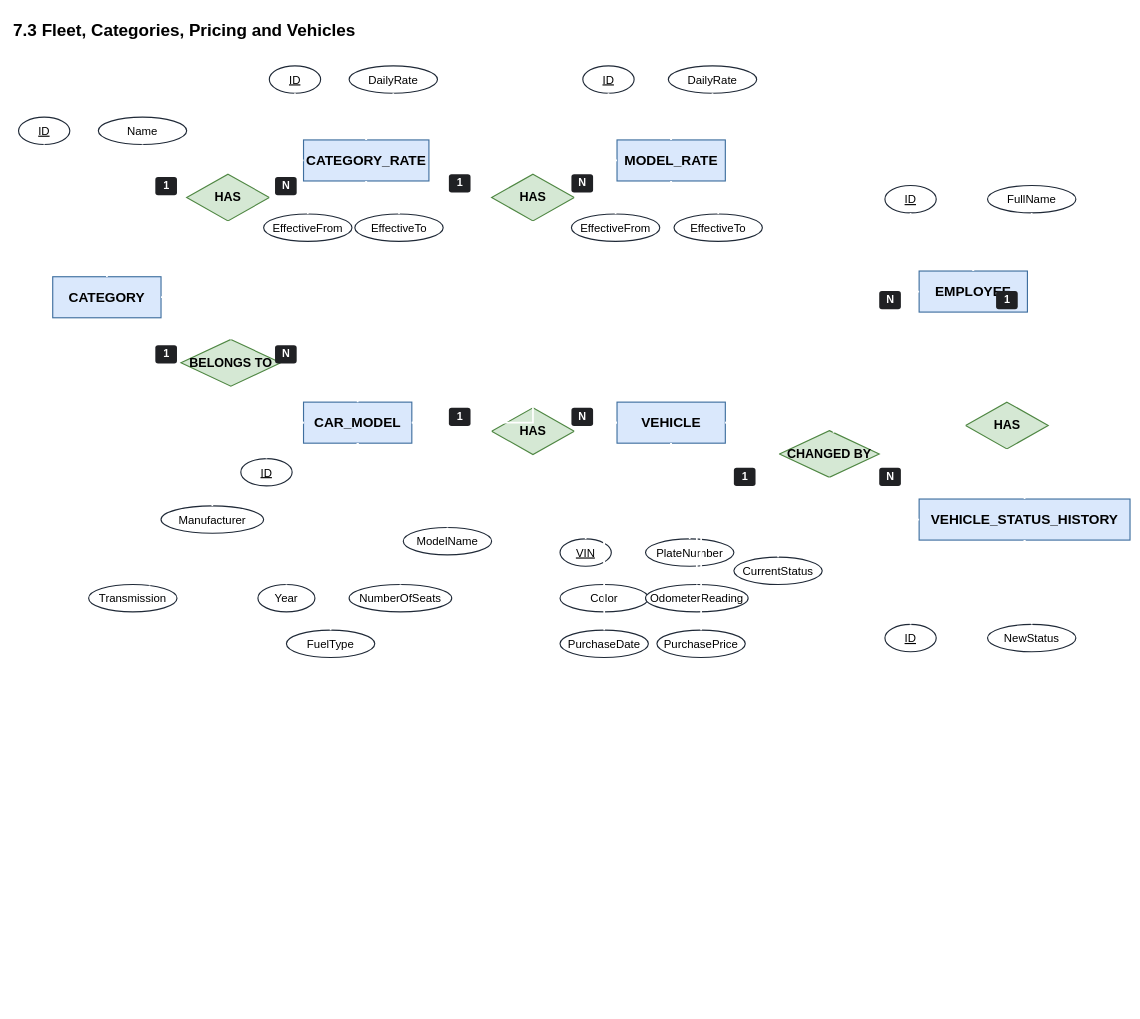
This is page "Page-3" (3 of 16) of submission/assignment/DriveNow.drawio from abdallahbdreldin/abdallahbdreldin-Database-Assignment-1, a draw.io file, before an edit. Source tidied: cells renumbered, new cells numbered last; positions are measured from the earlier drawing's top-left corner, leaving out a move shared by most shapes. Both pictures are drawn from the tidied source at 57%, with x=0, y=0 at pixel (10, 14).
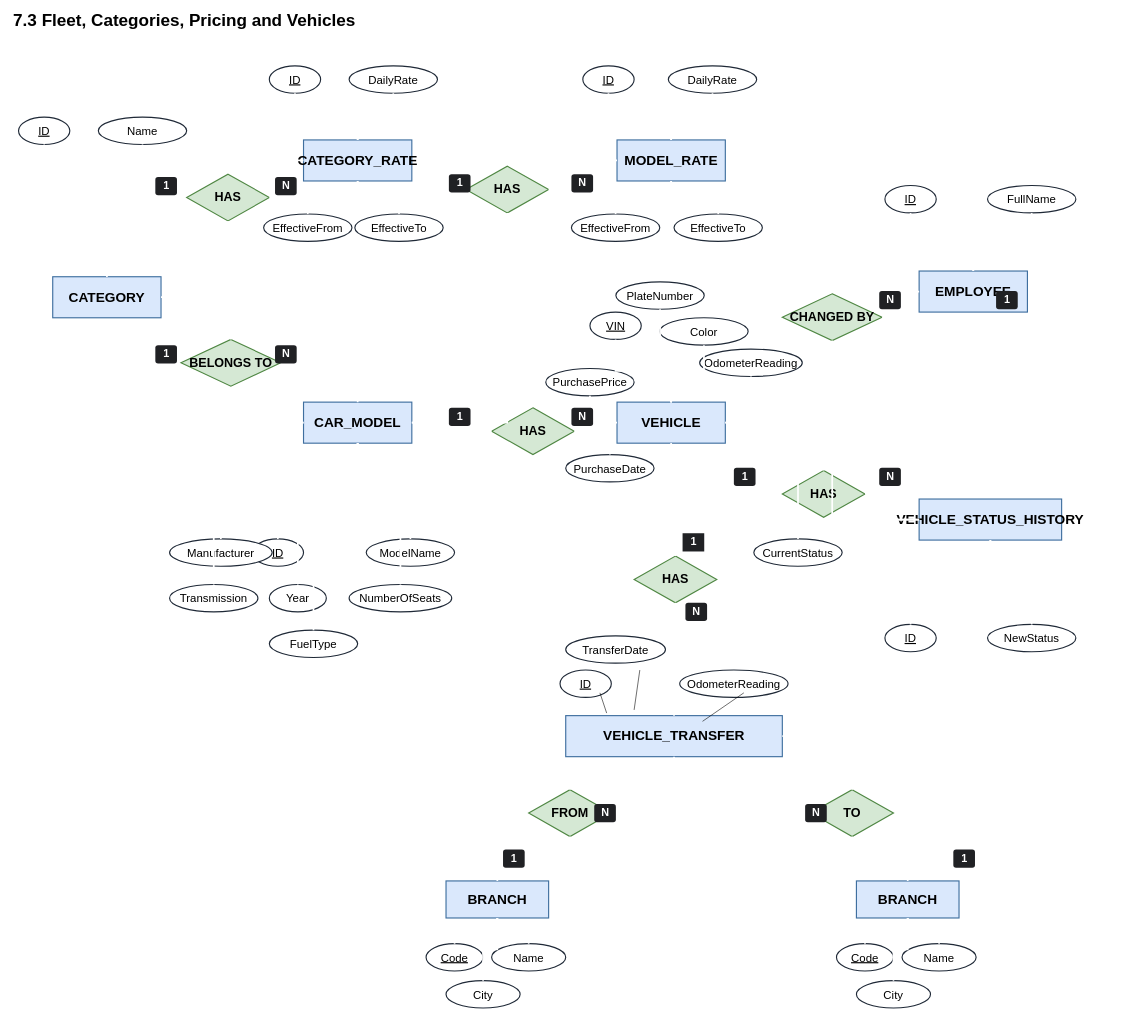
After the change.

Commit message (it also covers changes not shown here):
fix vehicle transfer relation

Unchanged cells that the change refers to:
```xml
<mxCell id="5" value="CAR_MODEL" style="rounded=0;whiteSpace=wrap;html=1;fillColor=#DAE8FC;strokeColor=#3F6F9F;strokeWidth=2;fontStyle=1;fontSize=24;fontColor=#000000;" parent="1" vertex="1">
  <mxGeometry x="515" y="680" width="190" height="72" as="geometry" />
</mxCell>
<mxCell id="6" value="MODEL_RATE" style="rounded=0;whiteSpace=wrap;html=1;fillColor=#DAE8FC;strokeColor=#3F6F9F;strokeWidth=2;fontStyle=1;fontSize=24;fontColor=#000000;" parent="1" vertex="1">
  <mxGeometry x="1065" y="220" width="190" height="72" as="geometry" />
</mxCell>
<mxCell id="7" value="VEHICLE" style="rounded=0;whiteSpace=wrap;html=1;fillColor=#DAE8FC;strokeColor=#3F6F9F;strokeWidth=2;fontStyle=1;fontSize=24;fontColor=#000000;" parent="1" vertex="1">
  <mxGeometry x="1065" y="680" width="190" height="72" as="geometry" />
</mxCell>
<mxCell id="9" value="EMPLOYEE" style="rounded=0;whiteSpace=wrap;html=1;fillColor=#DAE8FC;strokeColor=#3F6F9F;strokeWidth=2;fontStyle=1;fontSize=24;fontColor=#000000;" parent="1" vertex="1">
  <mxGeometry x="1595" y="450" width="190" height="72" as="geometry" />
</mxCell>
```

Change to the diagram source:
```diff
@@
-    <mxCell id="2" value="7.3 Fleet, Categories, Pricing and Vehicles" style="text;html=1;align=left;verticalAlign=middle;fontStyle=1;fontSize=30;strokeColor=none;fillColor=#FFFFFF;fontColor=#000000;rounded=1;spacing=6;" parent="1" vertex="1">
+    <mxCell id="2" value="7.3 Fleet, Categories, Pricing and Vehicles&lt;div&gt;&lt;br&gt;&lt;/div&gt;" style="text;html=1;align=left;verticalAlign=middle;fontStyle=1;fontSize=30;strokeColor=none;fillColor=#FFFFFF;fontColor=#000000;rounded=1;spacing=6;" parent="1" vertex="1">
       <mxGeometry width="1500" height="55" as="geometry" />
     </mxCell>
@@
     <mxCell id="4" value="CATEGORY_RATE" style="rounded=0;whiteSpace=wrap;html=1;fillColor=#DAE8FC;strokeColor=#3F6F9F;strokeWidth=2;fontStyle=1;fontSize=24;fontColor=#000000;" parent="1" vertex="1">
-      <mxGeometry x="515" y="220" width="220" height="72" as="geometry" />
+      <mxGeometry x="515" y="220" width="190" height="72" as="geometry" />
     </mxCell>
@@
     <mxCell id="8" value="VEHICLE_STATUS_HISTORY" style="rounded=0;whiteSpace=wrap;html=1;fillColor=#DAE8FC;strokeColor=#3F6F9F;strokeWidth=2;fontStyle=1;fontSize=24;fontColor=#000000;" parent="1" vertex="1">
-      <mxGeometry x="1595" y="850" width="370" height="72" as="geometry" />
+      <mxGeometry x="1595" y="850" width="250" height="72" as="geometry" />
     </mxCell>
@@
-    <mxCell id="12" value="HAS" style="rhombus;whiteSpace=wrap;html=1;fillColor=#D5E8D4;strokeColor=#4F8743;strokeWidth=2;fontStyle=1;fontSize=22;fontColor=#000000;" parent="1" vertex="1">
-      <mxGeometry x="845" y="280" width="145" height="82" as="geometry" />
-    </mxCell>
+    <mxCell id="96" value="HAS" style="rhombus;whiteSpace=wrap;html=1;fillColor=#D5E8D4;strokeColor=#4F8743;strokeWidth=2;fontStyle=1;fontSize=22;fontColor=#000000;" parent="1" vertex="1">
+      <mxGeometry x="800" y="266" width="145" height="82" as="geometry" />
+    </mxCell>
@@
-    <mxCell id="14" value="HAS" style="rhombus;whiteSpace=wrap;html=1;fillColor=#D5E8D4;strokeColor=#4F8743;strokeWidth=2;fontStyle=1;fontSize=22;fontColor=#000000;" parent="1" vertex="1">
-      <mxGeometry x="1676.5" y="680" width="145" height="82" as="geometry" />
-    </mxCell>
+    <mxCell id="97" value="HAS" style="rhombus;whiteSpace=wrap;html=1;fillColor=#D5E8D4;strokeColor=#4F8743;strokeWidth=2;fontStyle=1;fontSize=22;fontColor=#000000;" parent="1" vertex="1">
+      <mxGeometry x="1355" y="800" width="145" height="82" as="geometry" />
+    </mxCell>
     <mxCell id="15" value="CHANGED BY" style="rhombus;whiteSpace=wrap;html=1;fillColor=#D5E8D4;strokeColor=#4F8743;strokeWidth=2;fontStyle=1;fontSize=22;fontColor=#000000;" parent="1" vertex="1">
-      <mxGeometry x="1350" y="730" width="175" height="82" as="geometry" />
+      <mxGeometry x="1355" y="490" width="175" height="82" as="geometry" />
     </mxCell>
@@
-    <mxCell id="22" value="ID" style="ellipse;whiteSpace=wrap;html=1;fillColor=#FFFFFF;strokeColor=#1F2937;strokeWidth=2;fontSize=20;fontStyle=4;fontColor=#000000;" parent="1" vertex="1">
-      <mxGeometry x="405" y="779" width="90" height="48" as="geometry" />
-    </mxCell>
+    <mxCell id="98" value="ID" style="ellipse;whiteSpace=wrap;html=1;fillColor=#FFFFFF;strokeColor=#1F2937;strokeWidth=2;fontSize=20;fontStyle=4;fontColor=#000000;" parent="1" vertex="1">
+      <mxGeometry x="425" y="920" width="90" height="48" as="geometry" />
+    </mxCell>
     <mxCell id="23" value="Manufacturer" style="ellipse;whiteSpace=wrap;html=1;fillColor=#FFFFFF;strokeColor=#1F2937;strokeWidth=2;fontSize=20;fontColor=#000000;" parent="1" vertex="1">
-      <mxGeometry x="265" y="862" width="180" height="48" as="geometry" />
+      <mxGeometry x="280" y="920" width="180" height="48" as="geometry" />
     </mxCell>
     <mxCell id="24" value="ModelName" style="ellipse;whiteSpace=wrap;html=1;fillColor=#FFFFFF;strokeColor=#1F2937;strokeWidth=2;fontSize=20;fontColor=#000000;" parent="1" vertex="1">
-      <mxGeometry x="690" y="900" width="155" height="48" as="geometry" />
+      <mxGeometry x="625" y="920" width="155" height="48" as="geometry" />
     </mxCell>
     <mxCell id="25" value="Year" style="ellipse;whiteSpace=wrap;html=1;fillColor=#FFFFFF;strokeColor=#1F2937;strokeWidth=2;fontSize=20;fontColor=#000000;" parent="1" vertex="1">
-      <mxGeometry x="435" y="1000" width="100" height="48" as="geometry" />
+      <mxGeometry x="455" y="1000" width="100" height="48" as="geometry" />
     </mxCell>
@@
     <mxCell id="27" value="Transmission" style="ellipse;whiteSpace=wrap;html=1;fillColor=#FFFFFF;strokeColor=#1F2937;strokeWidth=2;fontSize=20;fontColor=#000000;" parent="1" vertex="1">
-      <mxGeometry x="138" y="1000" width="155" height="48" as="geometry" />
+      <mxGeometry x="280" y="1000" width="155" height="48" as="geometry" />
     </mxCell>
     <mxCell id="28" value="FuelType" style="ellipse;whiteSpace=wrap;html=1;fillColor=#FFFFFF;strokeColor=#1F2937;strokeWidth=2;fontSize=20;fontColor=#000000;" parent="1" vertex="1">
-      <mxGeometry x="485" y="1080" width="155" height="48" as="geometry" />
+      <mxGeometry x="455" y="1080" width="155" height="48" as="geometry" />
     </mxCell>
@@
     <mxCell id="33" value="VIN" style="ellipse;whiteSpace=wrap;html=1;fillColor=#FFFFFF;strokeColor=#1F2937;strokeWidth=2;fontSize=20;fontStyle=4;fontColor=#000000;" parent="1" vertex="1">
-      <mxGeometry x="965" y="920" width="90" height="48" as="geometry" />
+      <mxGeometry x="1017.5" y="522" width="90" height="48" as="geometry" />
     </mxCell>
     <mxCell id="34" value="PlateNumber" style="ellipse;whiteSpace=wrap;html=1;fillColor=#FFFFFF;strokeColor=#1F2937;strokeWidth=2;fontSize=20;fontColor=#000000;" parent="1" vertex="1">
-      <mxGeometry x="1115" y="920" width="155" height="48" as="geometry" />
+      <mxGeometry x="1063" y="469" width="155" height="48" as="geometry" />
     </mxCell>
     <mxCell id="35" value="Color" style="ellipse;whiteSpace=wrap;html=1;fillColor=#FFFFFF;strokeColor=#1F2937;strokeWidth=2;fontSize=20;fontColor=#000000;" parent="1" vertex="1">
-      <mxGeometry x="965" y="1000" width="155" height="48" as="geometry" />
+      <mxGeometry x="1140" y="532" width="155" height="48" as="geometry" />
     </mxCell>
-    <mxCell id="36" value="OdometerReading" style="ellipse;whiteSpace=wrap;html=1;fillColor=#FFFFFF;strokeColor=#1F2937;strokeWidth=2;fontSize=20;fontColor=#000000;" parent="1" vertex="1">
-      <mxGeometry x="1115" y="1000" width="180" height="48" as="geometry" />
-    </mxCell>
+    <mxCell id="99" value="OdometerReading" style="ellipse;whiteSpace=wrap;html=1;fillColor=#FFFFFF;strokeColor=#1F2937;strokeWidth=2;fontSize=20;fontColor=#000000;" parent="1" vertex="1">
+      <mxGeometry x="1210" y="587" width="180" height="48" as="geometry" />
+    </mxCell>
     <mxCell id="37" value="PurchaseDate" style="ellipse;whiteSpace=wrap;html=1;fillColor=#FFFFFF;strokeColor=#1F2937;strokeWidth=2;fontSize=20;fontColor=#000000;" parent="1" vertex="1">
-      <mxGeometry x="965" y="1080" width="155" height="48" as="geometry" />
+      <mxGeometry x="975" y="772" width="155" height="48" as="geometry" />
     </mxCell>
     <mxCell id="38" value="PurchasePrice" style="ellipse;whiteSpace=wrap;html=1;fillColor=#FFFFFF;strokeColor=#1F2937;strokeWidth=2;fontSize=20;fontColor=#000000;" parent="1" vertex="1">
-      <mxGeometry x="1135" y="1080" width="155" height="48" as="geometry" />
+      <mxGeometry x="940" y="621" width="155" height="48" as="geometry" />
     </mxCell>
     <mxCell id="39" value="CurrentStatus" style="ellipse;whiteSpace=wrap;html=1;fillColor=#FFFFFF;strokeColor=#1F2937;strokeWidth=2;fontSize=20;fontColor=#000000;" parent="1" vertex="1">
-      <mxGeometry x="1270" y="952" width="155" height="48" as="geometry" />
+      <mxGeometry x="1305" y="920" width="155" height="48" as="geometry" />
     </mxCell>
@@
-    <mxCell id="48" style="edgeStyle=orthogonalEdgeStyle;rounded=0;html=1;strokeColor=#FFFFFF;strokeWidth=3;startArrow=none;endArrow=none;" parent="1" edge="1" source="5" target="12">
-      <mxGeometry relative="1" as="geometry" />
-    </mxCell>
-    <mxCell id="49" style="edgeStyle=orthogonalEdgeStyle;rounded=0;html=1;strokeColor=#FFFFFF;strokeWidth=3;startArrow=none;endArrow=none;" parent="1" edge="1" source="12" target="6">
-      <mxGeometry relative="1" as="geometry" />
-    </mxCell>
+    <mxCell id="100" style="edgeStyle=orthogonalEdgeStyle;rounded=0;html=1;strokeColor=#FFFFFF;strokeWidth=3;startArrow=none;endArrow=none;" parent="1" edge="1" source="5" target="96">
+      <mxGeometry relative="1" as="geometry" />
+    </mxCell>
+    <mxCell id="101" style="edgeStyle=orthogonalEdgeStyle;rounded=0;html=1;strokeColor=#FFFFFF;strokeWidth=3;startArrow=none;endArrow=none;" parent="1" edge="1" source="96" target="6">
+      <mxGeometry relative="1" as="geometry" />
+    </mxCell>
@@
-    <mxCell id="52" style="edgeStyle=orthogonalEdgeStyle;rounded=0;html=1;strokeColor=#FFFFFF;strokeWidth=3;startArrow=none;endArrow=none;" parent="1" edge="1" source="7" target="14">
-      <mxGeometry relative="1" as="geometry" />
-    </mxCell>
-    <mxCell id="53" style="edgeStyle=orthogonalEdgeStyle;rounded=0;html=1;strokeColor=#FFFFFF;strokeWidth=3;startArrow=none;endArrow=none;" parent="1" edge="1" source="14" target="8">
-      <mxGeometry relative="1" as="geometry" />
-    </mxCell>
+    <mxCell id="102" style="edgeStyle=orthogonalEdgeStyle;rounded=0;html=1;strokeColor=#FFFFFF;strokeWidth=3;startArrow=none;endArrow=none;" parent="1" edge="1" source="7" target="97">
+      <mxGeometry relative="1" as="geometry" />
+    </mxCell>
+    <mxCell id="103" style="edgeStyle=orthogonalEdgeStyle;rounded=0;html=1;strokeColor=#FFFFFF;strokeWidth=3;startArrow=none;endArrow=none;" parent="1" edge="1" source="97" target="8">
+      <mxGeometry relative="1" as="geometry" />
+    </mxCell>
@@
     <mxCell id="55" style="edgeStyle=orthogonalEdgeStyle;rounded=0;html=1;strokeColor=#FFFFFF;strokeWidth=3;startArrow=none;endArrow=none;" parent="1" edge="1" source="15" target="9">
-      <mxGeometry relative="1" as="geometry">
-        <Array as="points">
-          <mxPoint x="1445" y="486" />
-        </Array>
-      </mxGeometry>
+      <mxGeometry relative="1" as="geometry" />
     </mxCell>
@@
-    <mxCell id="62" style="edgeStyle=orthogonalEdgeStyle;rounded=0;html=1;strokeColor=#FFFFFF;strokeWidth=3;startArrow=none;endArrow=none;" parent="1" edge="1" source="5" target="22">
-      <mxGeometry relative="1" as="geometry" />
-    </mxCell>
+    <mxCell id="104" style="edgeStyle=orthogonalEdgeStyle;rounded=0;html=1;strokeColor=#FFFFFF;strokeWidth=3;startArrow=none;endArrow=none;" parent="1" edge="1" source="5" target="98">
+      <mxGeometry relative="1" as="geometry" />
+    </mxCell>
@@
     <mxCell id="67" style="edgeStyle=orthogonalEdgeStyle;rounded=0;html=1;strokeColor=#FFFFFF;strokeWidth=3;startArrow=none;endArrow=none;" parent="1" edge="1" source="5" target="27">
-      <mxGeometry relative="1" as="geometry">
-        <Array as="points">
-          <mxPoint x="245" y="716" />
-          <mxPoint x="245" y="1024" />
-          <mxPoint x="142" y="1024" />
-        </Array>
-      </mxGeometry>
+      <mxGeometry relative="1" as="geometry" />
     </mxCell>
@@
-    <mxCell id="76" style="edgeStyle=orthogonalEdgeStyle;rounded=0;html=1;strokeColor=#FFFFFF;strokeWidth=3;startArrow=none;endArrow=none;" parent="1" edge="1" source="7" target="36">
-      <mxGeometry relative="1" as="geometry" />
-    </mxCell>
+    <mxCell id="105" style="edgeStyle=orthogonalEdgeStyle;rounded=0;html=1;strokeColor=#FFFFFF;strokeWidth=3;startArrow=none;endArrow=none;" parent="1" edge="1" source="7" target="99">
+      <mxGeometry relative="1" as="geometry" />
+    </mxCell>
@@
+    <mxCell id="106" value="VEHICLE_TRANSFER" style="rounded=0;whiteSpace=wrap;html=1;fillColor=#DAE8FC;strokeColor=#3F6F9F;strokeWidth=2;fontStyle=1;fontSize=24;fontColor=#000000;" parent="1" vertex="1">
+      <mxGeometry x="975" y="1230" width="380" height="72" as="geometry" />
+    </mxCell>
+    <mxCell id="107" value="BRANCH" style="rounded=0;whiteSpace=wrap;html=1;fillColor=#DAE8FC;strokeColor=#3F6F9F;strokeWidth=2;fontStyle=1;fontSize=24;fontColor=#000000;" parent="1" vertex="1">
+      <mxGeometry x="765" y="1520" width="180" height="65" as="geometry" />
+    </mxCell>
+    <mxCell id="108" value="BRANCH" style="rounded=0;whiteSpace=wrap;html=1;fillColor=#DAE8FC;strokeColor=#3F6F9F;strokeWidth=2;fontStyle=1;fontSize=24;fontColor=#000000;" parent="1" vertex="1">
+      <mxGeometry x="1485" y="1520" width="180" height="65" as="geometry" />
+    </mxCell>
+    <mxCell id="109" value="HAS" style="rhombus;whiteSpace=wrap;html=1;fillColor=#D5E8D4;strokeColor=#4F8743;strokeWidth=2;fontStyle=1;fontSize=22;fontColor=#000000;" parent="1" vertex="1">
+      <mxGeometry x="1095" y="950" width="145" height="82" as="geometry" />
+    </mxCell>
+    <mxCell id="110" value="FROM" style="rhombus;whiteSpace=wrap;html=1;fillColor=#D5E8D4;strokeColor=#4F8743;strokeWidth=2;fontStyle=1;fontSize=22;fontColor=#000000;" parent="1" vertex="1">
+      <mxGeometry x="910" y="1360" width="145" height="82" as="geometry" />
+    </mxCell>
+    <mxCell id="111" value="TO" style="rhombus;whiteSpace=wrap;html=1;fillColor=#D5E8D4;strokeColor=#4F8743;strokeWidth=2;fontStyle=1;fontSize=22;fontColor=#000000;" parent="1" vertex="1">
+      <mxGeometry x="1405" y="1360" width="145" height="82" as="geometry" />
+    </mxCell>
+    <mxCell id="112" style="edgeStyle=orthogonalEdgeStyle;rounded=0;html=1;strokeColor=#FFFFFF;strokeWidth=3;startArrow=none;endArrow=none;" parent="1" edge="1" source="7" target="109">
+      <mxGeometry relative="1" as="geometry" />
+    </mxCell>
+    <mxCell id="113" style="edgeStyle=orthogonalEdgeStyle;rounded=0;html=1;strokeColor=#FFFFFF;strokeWidth=3;startArrow=none;endArrow=none;" parent="1" edge="1" source="109" target="106">
+      <mxGeometry relative="1" as="geometry" />
+    </mxCell>
+    <mxCell id="114" style="edgeStyle=orthogonalEdgeStyle;rounded=0;html=1;strokeColor=#FFFFFF;strokeWidth=3;startArrow=none;endArrow=none;" parent="1" edge="1" source="106" target="110">
+      <mxGeometry relative="1" as="geometry" />
+    </mxCell>
+    <mxCell id="115" style="edgeStyle=orthogonalEdgeStyle;rounded=0;html=1;strokeColor=#FFFFFF;strokeWidth=3;startArrow=none;endArrow=none;" parent="1" edge="1" source="110" target="107">
+      <mxGeometry relative="1" as="geometry" />
+    </mxCell>
+    <mxCell id="116" style="edgeStyle=orthogonalEdgeStyle;rounded=0;html=1;strokeColor=#FFFFFF;strokeWidth=3;startArrow=none;endArrow=none;" parent="1" edge="1" source="106" target="111">
+      <mxGeometry relative="1" as="geometry" />
+    </mxCell>
+    <mxCell id="117" style="edgeStyle=orthogonalEdgeStyle;rounded=0;html=1;strokeColor=#FFFFFF;strokeWidth=3;startArrow=none;endArrow=none;" parent="1" edge="1" source="111" target="108">
+      <mxGeometry relative="1" as="geometry" />
+    </mxCell>
+    <mxCell id="118" value="ID" style="ellipse;whiteSpace=wrap;html=1;fillColor=#FFFFFF;strokeColor=#1F2937;strokeWidth=2;fontSize=20;fontStyle=4;fontColor=#000000;" parent="1" vertex="1">
+      <mxGeometry x="965" y="1150" width="90" height="48" as="geometry" />
+    </mxCell>
+    <mxCell id="119" value="TransferDate" style="ellipse;whiteSpace=wrap;html=1;fillColor=#FFFFFF;strokeColor=#1F2937;strokeWidth=2;fontSize=20;fontColor=#000000;" parent="1" vertex="1">
+      <mxGeometry x="975" y="1090" width="175" height="48" as="geometry" />
+    </mxCell>
+    <mxCell id="120" value="OdometerReading" style="ellipse;whiteSpace=wrap;html=1;fillColor=#FFFFFF;strokeColor=#1F2937;strokeWidth=2;fontSize=20;fontColor=#000000;" parent="1" vertex="1">
+      <mxGeometry x="1175" y="1150" width="190" height="48" as="geometry" />
+    </mxCell>
+    <mxCell id="121" value="Code" style="ellipse;whiteSpace=wrap;html=1;fillColor=#FFFFFF;strokeColor=#1F2937;strokeWidth=2;fontSize=20;fontStyle=4;fontColor=#000000;" parent="1" vertex="1">
+      <mxGeometry x="730" y="1630" width="100" height="48" as="geometry" />
+    </mxCell>
+    <mxCell id="122" value="Name" style="ellipse;whiteSpace=wrap;html=1;fillColor=#FFFFFF;strokeColor=#1F2937;strokeWidth=2;fontSize=20;fontColor=#000000;" parent="1" vertex="1">
+      <mxGeometry x="845" y="1630" width="130" height="48" as="geometry" />
+    </mxCell>
+    <mxCell id="123" value="City" style="ellipse;whiteSpace=wrap;html=1;fillColor=#FFFFFF;strokeColor=#1F2937;strokeWidth=2;fontSize=20;fontColor=#000000;" parent="1" vertex="1">
+      <mxGeometry x="765" y="1695" width="130" height="48" as="geometry" />
+    </mxCell>
+    <mxCell id="124" style="edgeStyle=orthogonalEdgeStyle;rounded=0;html=1;strokeColor=#FFFFFF;strokeWidth=3;startArrow=none;endArrow=none;" parent="1" edge="1" source="107" target="121">
+      <mxGeometry relative="1" as="geometry" />
+    </mxCell>
+    <mxCell id="125" style="edgeStyle=orthogonalEdgeStyle;rounded=0;html=1;strokeColor=#FFFFFF;strokeWidth=3;startArrow=none;endArrow=none;" parent="1" edge="1" source="107" target="122">
+      <mxGeometry relative="1" as="geometry" />
+    </mxCell>
+    <mxCell id="126" style="edgeStyle=orthogonalEdgeStyle;rounded=0;html=1;strokeColor=#FFFFFF;strokeWidth=3;startArrow=none;endArrow=none;" parent="1" edge="1" source="107" target="123">
+      <mxGeometry relative="1" as="geometry" />
+    </mxCell>
+    <mxCell id="127" value="Code" style="ellipse;whiteSpace=wrap;html=1;fillColor=#FFFFFF;strokeColor=#1F2937;strokeWidth=2;fontSize=20;fontStyle=4;fontColor=#000000;" parent="1" vertex="1">
+      <mxGeometry x="1450" y="1630" width="100" height="48" as="geometry" />
+    </mxCell>
+    <mxCell id="128" value="Name" style="ellipse;whiteSpace=wrap;html=1;fillColor=#FFFFFF;strokeColor=#1F2937;strokeWidth=2;fontSize=20;fontColor=#000000;" parent="1" vertex="1">
+      <mxGeometry x="1565" y="1630" width="130" height="48" as="geometry" />
+    </mxCell>
+    <mxCell id="129" value="City" style="ellipse;whiteSpace=wrap;html=1;fillColor=#FFFFFF;strokeColor=#1F2937;strokeWidth=2;fontSize=20;fontColor=#000000;" parent="1" vertex="1">
+      <mxGeometry x="1485" y="1695" width="130" height="48" as="geometry" />
+    </mxCell>
+    <mxCell id="130" style="edgeStyle=orthogonalEdgeStyle;rounded=0;html=1;strokeColor=#FFFFFF;strokeWidth=3;startArrow=none;endArrow=none;" parent="1" edge="1" source="108" target="127">
+      <mxGeometry relative="1" as="geometry" />
+    </mxCell>
+    <mxCell id="131" style="edgeStyle=orthogonalEdgeStyle;rounded=0;html=1;strokeColor=#FFFFFF;strokeWidth=3;startArrow=none;endArrow=none;" parent="1" edge="1" source="108" target="128">
+      <mxGeometry relative="1" as="geometry" />
+    </mxCell>
+    <mxCell id="132" style="edgeStyle=orthogonalEdgeStyle;rounded=0;html=1;strokeColor=#FFFFFF;strokeWidth=3;startArrow=none;endArrow=none;" parent="1" edge="1" source="108" target="129">
+      <mxGeometry relative="1" as="geometry" />
+    </mxCell>
+    <mxCell id="133" value="1" style="text;html=1;align=center;verticalAlign=middle;strokeColor=none;fillColor=#202124;fontSize=19;fontStyle=1;fontColor=#FFFFFF;rounded=1;spacing=4;arcSize=0;" parent="1" vertex="1">
+      <mxGeometry x="1180" y="910" width="38" height="32" as="geometry" />
+    </mxCell>
+    <mxCell id="134" value="N" style="text;html=1;align=center;verticalAlign=middle;strokeColor=none;fillColor=#202124;fontSize=19;fontStyle=1;fontColor=#FFFFFF;rounded=1;spacing=4;" parent="1" vertex="1">
+      <mxGeometry x="1185" y="1032" width="38" height="32" as="geometry" />
+    </mxCell>
+    <mxCell id="135" value="N" style="text;html=1;align=center;verticalAlign=middle;strokeColor=none;fillColor=#202124;fontSize=19;fontStyle=1;fontColor=#FFFFFF;rounded=1;spacing=4;" parent="1" vertex="1">
+      <mxGeometry x="1025" y="1385" width="38" height="32" as="geometry" />
+    </mxCell>
+    <mxCell id="136" value="1" style="text;html=1;align=center;verticalAlign=middle;strokeColor=none;fillColor=#202124;fontSize=19;fontStyle=1;fontColor=#FFFFFF;rounded=1;spacing=4;" parent="1" vertex="1">
+      <mxGeometry x="865" y="1465" width="38" height="32" as="geometry" />
+    </mxCell>
+    <mxCell id="137" value="N" style="text;html=1;align=center;verticalAlign=middle;strokeColor=none;fillColor=#202124;fontSize=19;fontStyle=1;fontColor=#FFFFFF;rounded=1;spacing=4;" parent="1" vertex="1">
+      <mxGeometry x="1395" y="1385" width="38" height="32" as="geometry" />
+    </mxCell>
+    <mxCell id="138" value="1" style="text;html=1;align=center;verticalAlign=middle;strokeColor=none;fillColor=#202124;fontSize=19;fontStyle=1;fontColor=#FFFFFF;rounded=1;spacing=4;" parent="1" vertex="1">
+      <mxGeometry x="1655" y="1465" width="38" height="32" as="geometry" />
+    </mxCell>
+    <mxCell id="139" style="endArrow=none;html=1;rounded=0;exitX=0.189;exitY=-0.062;exitDx=0;exitDy=0;exitPerimeter=0;" parent="1" edge="1" source="106">
+      <mxGeometry relative="1" as="geometry">
+        <mxPoint x="1035" y="1190" as="targetPoint" />
+      </mxGeometry>
+    </mxCell>
+    <mxCell id="140" style="endArrow=none;html=1;rounded=0;" parent="1" edge="1">
+      <mxGeometry relative="1" as="geometry">
+        <mxPoint x="1095" y="1220" as="sourcePoint" />
+        <mxPoint x="1105" y="1150" as="targetPoint" />
+      </mxGeometry>
+    </mxCell>
+    <mxCell id="141" style="endArrow=none;html=1;rounded=0;" parent="1" edge="1">
+      <mxGeometry relative="1" as="geometry">
+        <mxPoint x="1215" y="1240" as="sourcePoint" />
+        <mxPoint x="1287.5" y="1190" as="targetPoint" />
+      </mxGeometry>
+    </mxCell>
```
